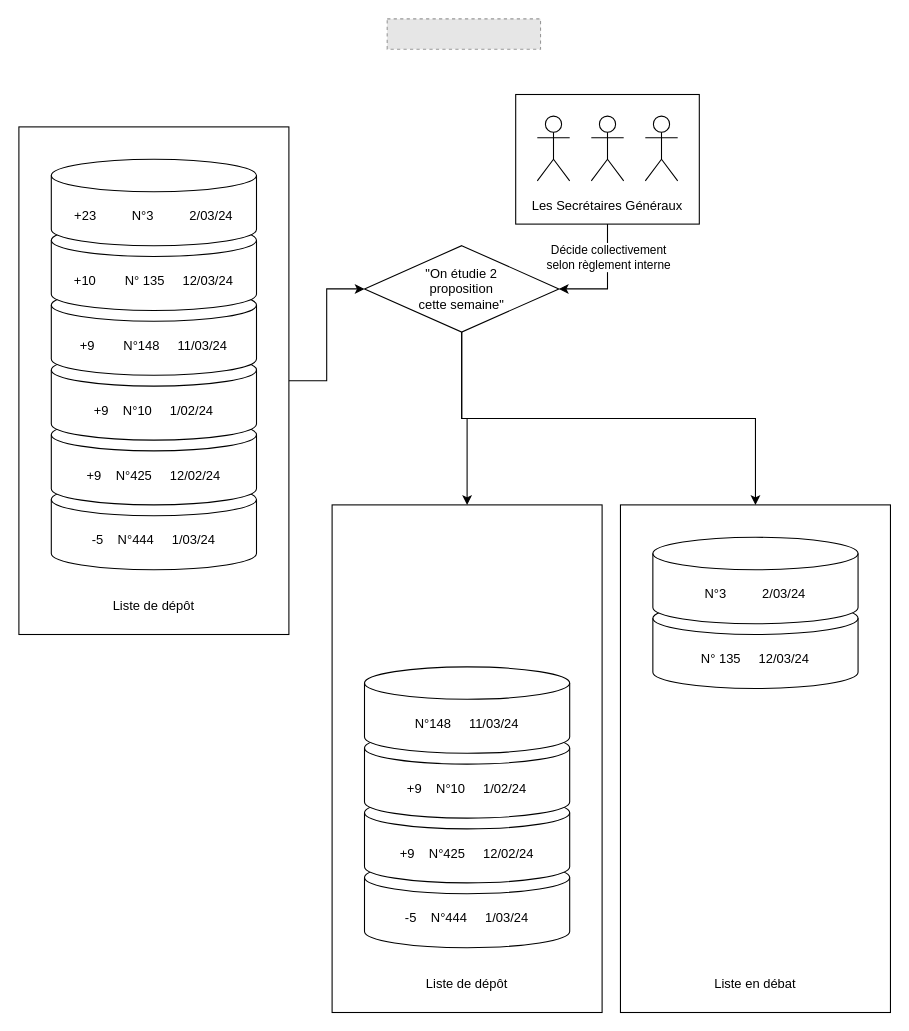
Earlier version of the draw.io diagram page "La phase de débat" (5 of 6) of InteractionPVD.drawio (emilienGallet/PVD_fonctionement_ext). Source tidied: cells renumbered, new cells numbered last; positions are measured from the earlier drawing's top-left corner, leaving out a move shared by most shapes. Both pictures are drawn from the tidied source at 108%, with x=0, y=0 at pixel (18, 18). Pictures stored in the file or linked from it are replaced by grey dashed boxes.
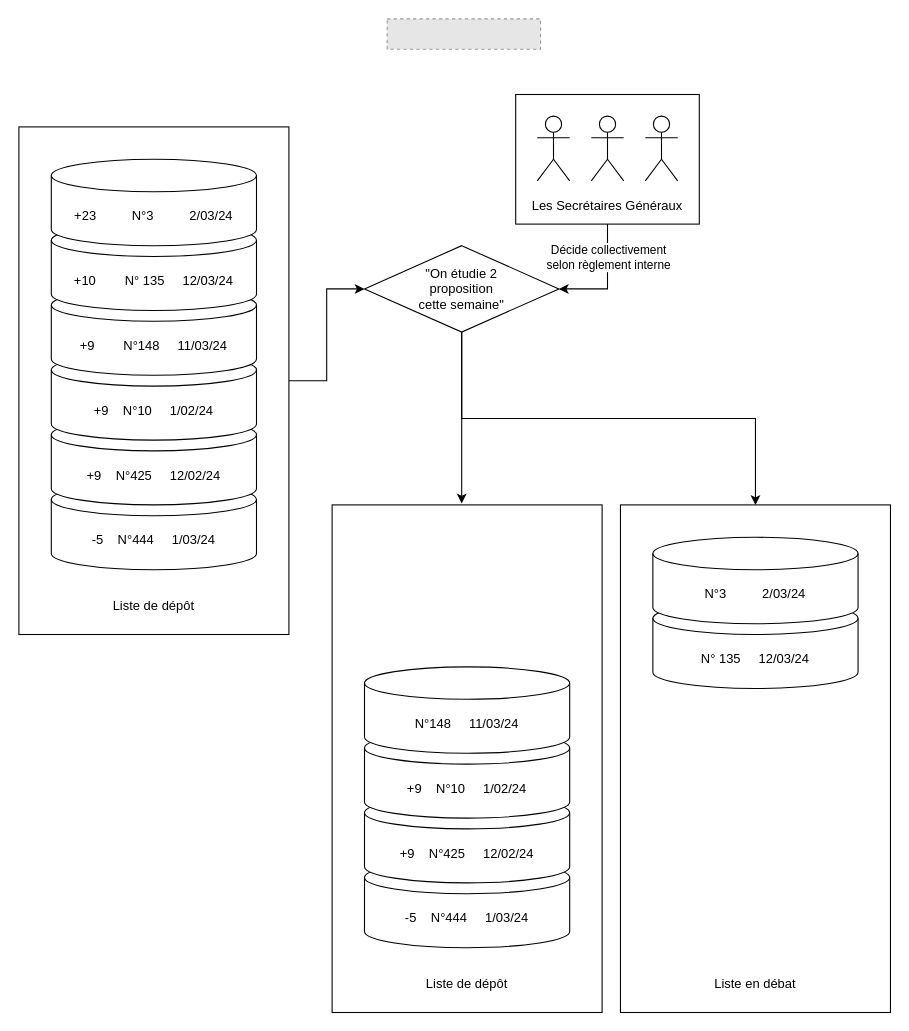
After the change.

The change refers to these unchanged cells:
```xml
<mxCell id="19" value="&quot;On étudie 2 &lt;br&gt;proposition &lt;br&gt;cette semaine&quot;" style="shape=rhombus;html=1;dashed=0;whiteSpace=wrap;perimeter=rhombusPerimeter;" parent="1" vertex="1">
  <mxGeometry x="320" y="210" width="180" height="80" as="geometry" />
</mxCell>
<mxCell id="20" value="&lt;br&gt;&lt;br&gt;&lt;br&gt;&lt;br&gt;&lt;br&gt;&lt;br&gt;&lt;br&gt;&lt;br&gt;&lt;br&gt;&lt;br&gt;&lt;br&gt;&lt;br&gt;&lt;br&gt;&lt;br&gt;&lt;br&gt;&lt;br&gt;&lt;br&gt;&lt;br&gt;&lt;br&gt;&lt;br&gt;&lt;br&gt;&lt;br&gt;&lt;br&gt;&lt;br&gt;&lt;br&gt;&lt;br&gt;&lt;br&gt;&lt;br&gt;&lt;br&gt;Liste de dépôt" style="rounded=0;whiteSpace=wrap;html=1;" parent="1" vertex="1">
  <mxGeometry x="290" y="450" width="250" height="470" as="geometry" />
</mxCell>
```

The edit, as a diff of the source:
```diff
@@
-    <mxCell id="17" style="edgeStyle=orthogonalEdgeStyle;rounded=0;jettySize=auto;html=1;entryX=0.5;entryY=0;entryDx=0;entryDy=0;" parent="1" edge="1" source="19" target="20">
+    <mxCell id="17" style="edgeStyle=orthogonalEdgeStyle;rounded=0;jettySize=auto;html=1;entryX=0.48;entryY=-0.003;entryDx=0;entryDy=0;entryPerimeter=0;" parent="1" edge="1" source="19" target="20">
       <mxGeometry relative="1" as="geometry" />
     </mxCell>
```
